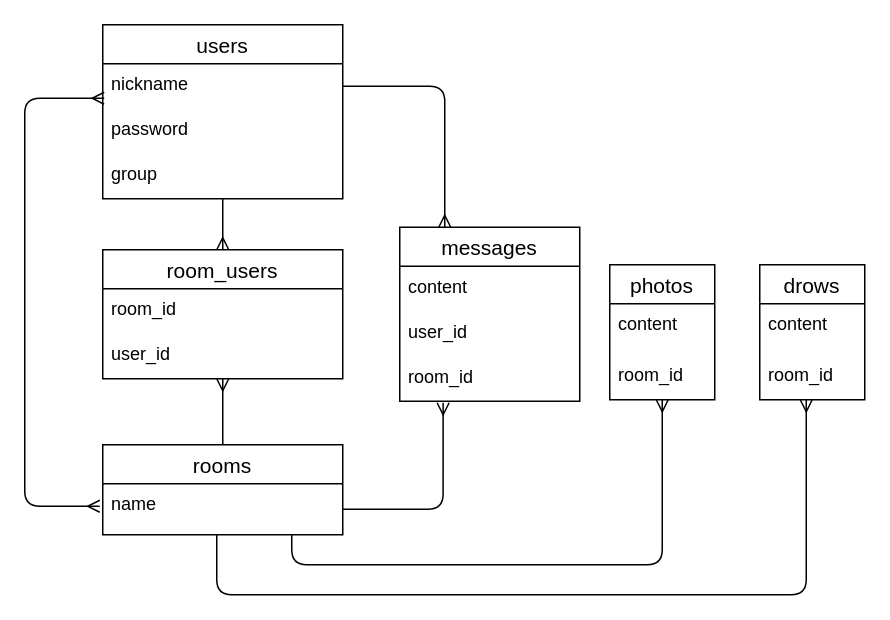
The draw.io diagram ER図.dio in aki2314/chatroom, before the edit. Source tidied: cells renumbered, new cells numbered last; positions are measured from the earlier drawing's top-left corner, leaving out a move shared by most shapes. Both pictures are drawn from the tidied source at 150%, with x=0, y=0 at pixel (24, 24).
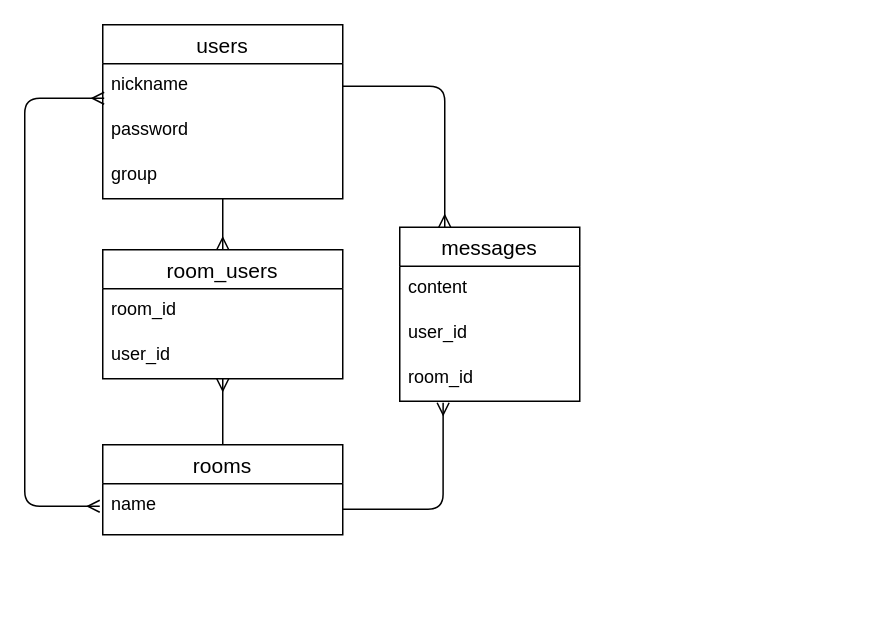
Above is the later version.

Unchanged cells that the change refers to:
```xml
<mxCell id="8" value="name" style="text;strokeColor=none;fillColor=none;spacingLeft=4;spacingRight=4;overflow=hidden;points=[[0,0.5],[1,0.5]];portConstraint=eastwest;fontSize=12;" parent="7" vertex="1">
  <mxGeometry y="26" width="160" height="34" as="geometry" />
</mxCell>
```

The edit, as a diff of the source:
```diff
@@
-    <mxCell id="18" value="photos" style="swimlane;fontStyle=0;horizontal=1;startSize=26;align=center;fontSize=14;" parent="1" vertex="1">
-      <mxGeometry x="390" y="160" width="70" height="90" as="geometry" />
-    </mxCell>
-    <mxCell id="19" value="content" style="text;strokeColor=none;fillColor=none;spacingLeft=4;spacingRight=4;overflow=hidden;fontSize=12;" parent="18" vertex="1">
-      <mxGeometry y="26" width="70" height="34" as="geometry" />
-    </mxCell>
-    <mxCell id="20" value="room_id" style="text;strokeColor=none;fillColor=none;spacingLeft=4;spacingRight=4;overflow=hidden;fontSize=12;" parent="18" vertex="1">
-      <mxGeometry y="60" width="70" height="30" as="geometry" />
-    </mxCell>
-    <mxCell id="21" value="drows" style="swimlane;fontStyle=0;horizontal=1;startSize=26;align=center;fontSize=14;" parent="1" vertex="1">
-      <mxGeometry x="490" y="160" width="70" height="90" as="geometry" />
-    </mxCell>
-    <mxCell id="22" value="content" style="text;strokeColor=none;fillColor=none;spacingLeft=4;spacingRight=4;overflow=hidden;fontSize=12;" parent="21" vertex="1">
-      <mxGeometry y="26" width="70" height="34" as="geometry" />
-    </mxCell>
-    <mxCell id="23" value="room_id" style="text;strokeColor=none;fillColor=none;spacingLeft=4;spacingRight=4;overflow=hidden;fontSize=12;" parent="21" vertex="1">
-      <mxGeometry y="60" width="70" height="30" as="geometry" />
-    </mxCell>
@@
-    <mxCell id="26" style="edgeStyle=orthogonalEdgeStyle;html=1;startArrow=ERmany;startFill=0;endArrow=none;endFill=0;" parent="1" edge="1">
-      <mxGeometry relative="1" as="geometry">
-        <mxPoint x="425" y="250" as="sourcePoint" />
-        <mxPoint x="178" y="340" as="targetPoint" />
-        <Array as="points">
-          <mxPoint x="425" y="360" />
-          <mxPoint x="178" y="360" />
-        </Array>
-      </mxGeometry>
-    </mxCell>
-    <mxCell id="27" style="edgeStyle=orthogonalEdgeStyle;html=1;entryX=0.475;entryY=1;entryDx=0;entryDy=0;entryPerimeter=0;startArrow=ERmany;startFill=0;endArrow=none;endFill=0;" parent="1" edge="1" target="8">
-      <mxGeometry relative="1" as="geometry">
-        <mxPoint x="521" y="250" as="sourcePoint" />
-        <Array as="points">
-          <mxPoint x="521" y="380" />
-          <mxPoint x="128" y="380" />
-        </Array>
-      </mxGeometry>
-    </mxCell>
```
